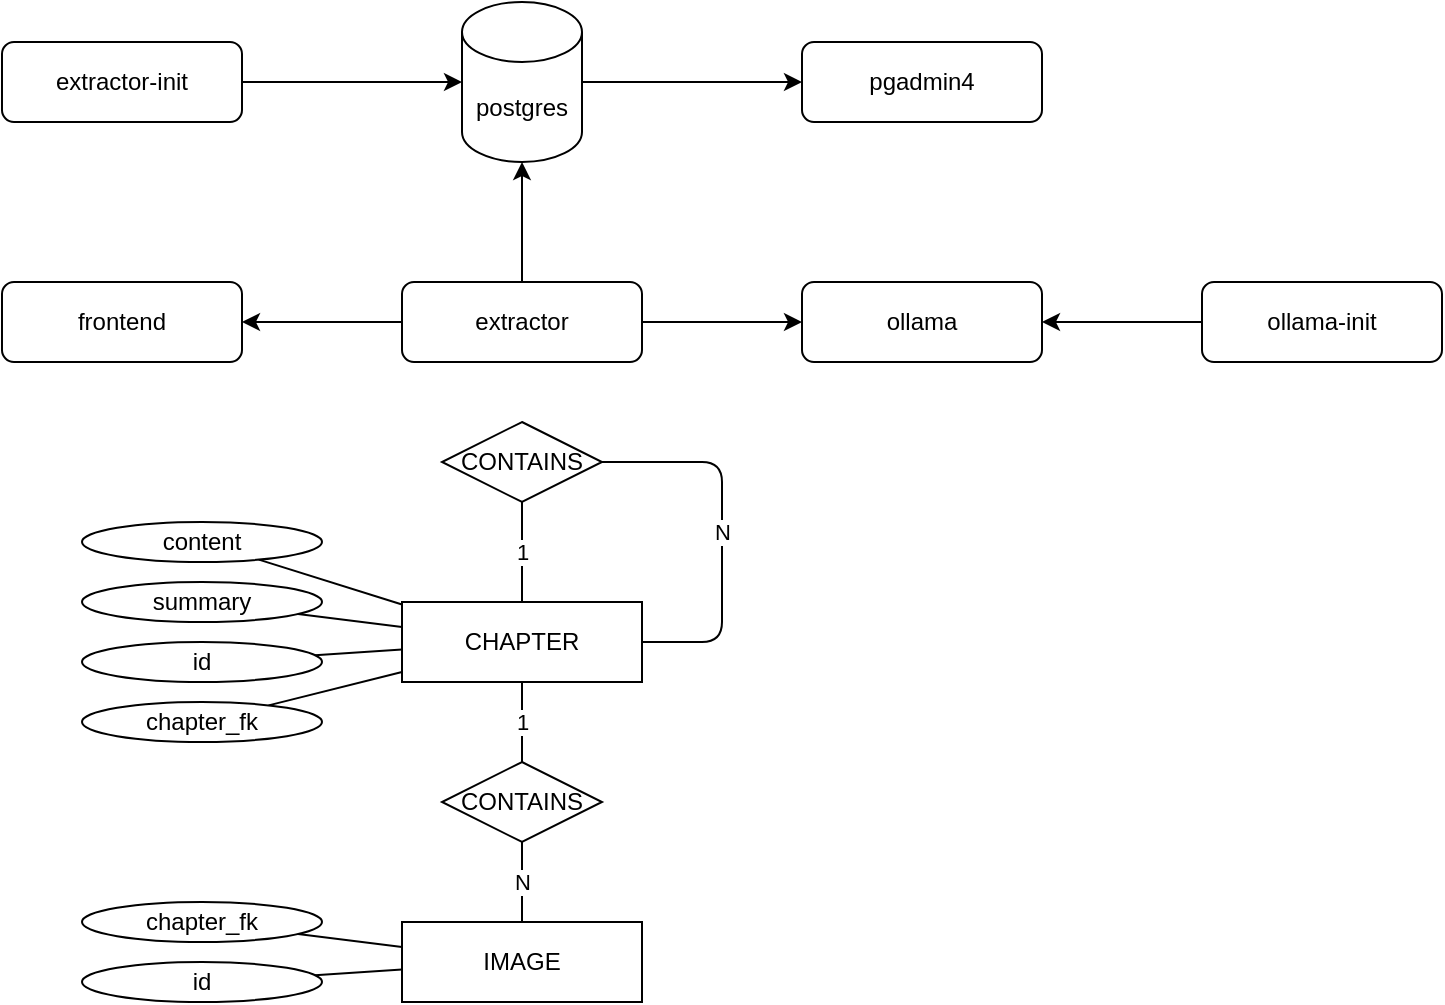
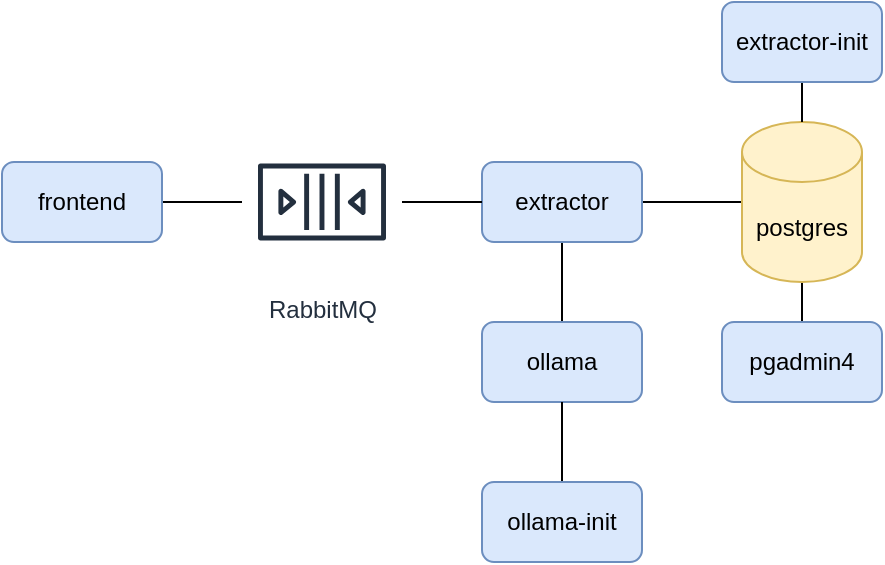
<mxfile host="65bd71144e">
    <diagram id="b4l8AiMKVdJLUvFwLziP" name="Page-1">
-         <mxGraphModel dx="801" dy="434" grid="1" gridSize="10" guides="1" tooltips="1" connect="1" arrows="1" fold="1" page="1" pageScale="1" pageWidth="850" pageHeight="1100" math="0" shadow="0">
+         <mxGraphModel dx="597" dy="561" grid="1" gridSize="10" guides="0" tooltips="1" connect="1" arrows="1" fold="1" page="1" pageScale="1" pageWidth="850" pageHeight="1100" math="0" shadow="0">
            <root>
                <mxCell id="0"/>
                <mxCell id="1" parent="0"/>
-                 <mxCell id="4" style="edgeStyle=none;html=1;entryX=0;entryY=0.5;entryDx=0;entryDy=0;" parent="1" source="2" target="3" edge="1">
+                 <mxCell id="4" style="edgeStyle=none;html=1;endArrow=none;endFill=0;" parent="1" source="2" target="3" edge="1">
                    <mxGeometry relative="1" as="geometry"/>
                </mxCell>
-                 <mxCell id="6" style="edgeStyle=none;html=1;" parent="1" source="2" target="5" edge="1">
+                 <mxCell id="6" style="edgeStyle=none;html=1;endArrow=none;endFill=0;" parent="1" source="2" target="5" edge="1">
                    <mxGeometry relative="1" as="geometry"/>
                </mxCell>
-                 <mxCell id="31" value="" style="edgeStyle=none;html=1;" edge="1" parent="1" source="2" target="30">
+                 <mxCell id="31" value="" style="edgeStyle=none;html=1;endArrow=none;endFill=0;" parent="1" source="37" target="30" edge="1">
                    <mxGeometry relative="1" as="geometry"/>
                </mxCell>
-                 <mxCell id="2" value="extractor" style="rounded=1;whiteSpace=wrap;html=1;" parent="1" vertex="1">
-                     <mxGeometry x="240" y="200" width="120" height="40" as="geometry"/>
+                 <mxCell id="2" value="extractor" style="rounded=1;whiteSpace=wrap;html=1;fillColor=#dae8fc;strokeColor=#6c8ebf;" parent="1" vertex="1">
+                     <mxGeometry x="240" y="200" width="80" height="40" as="geometry"/>
                </mxCell>
-                 <mxCell id="3" value="ollama" style="rounded=1;whiteSpace=wrap;html=1;" parent="1" vertex="1">
-                     <mxGeometry x="440" y="200" width="120" height="40" as="geometry"/>
+                 <mxCell id="3" value="ollama" style="rounded=1;whiteSpace=wrap;html=1;fillColor=#dae8fc;strokeColor=#6c8ebf;" parent="1" vertex="1">
+                     <mxGeometry x="240" y="280" width="80" height="40" as="geometry"/>
                </mxCell>
-                 <mxCell id="8" style="edgeStyle=none;html=1;" parent="1" source="5" target="7" edge="1">
+                 <mxCell id="8" style="edgeStyle=none;html=1;endArrow=none;endFill=0;" parent="1" source="5" target="7" edge="1">
                    <mxGeometry relative="1" as="geometry"/>
                </mxCell>
-                 <mxCell id="5" value="postgres" style="shape=cylinder3;whiteSpace=wrap;html=1;boundedLbl=1;backgroundOutline=1;size=15;" parent="1" vertex="1">
-                     <mxGeometry x="270" y="60" width="60" height="80" as="geometry"/>
+                 <mxCell id="5" value="postgres" style="shape=cylinder3;whiteSpace=wrap;html=1;boundedLbl=1;backgroundOutline=1;size=15;fillColor=#fff2cc;strokeColor=#d6b656;" parent="1" vertex="1">
+                     <mxGeometry x="370" y="180" width="60" height="80" as="geometry"/>
                </mxCell>
-                 <mxCell id="7" value="pgadmin4" style="rounded=1;whiteSpace=wrap;html=1;" parent="1" vertex="1">
-                     <mxGeometry x="440" y="80" width="120" height="40" as="geometry"/>
+                 <mxCell id="7" value="pgadmin4" style="rounded=1;whiteSpace=wrap;html=1;fillColor=#dae8fc;strokeColor=#6c8ebf;" parent="1" vertex="1">
+                     <mxGeometry x="360" y="280" width="80" height="40" as="geometry"/>
                </mxCell>
-                 <mxCell id="16" value="1" style="edgeStyle=none;html=1;endArrow=none;endFill=0;" parent="1" source="9" target="10" edge="1">
+                 <mxCell id="30" value="frontend" style="rounded=1;whiteSpace=wrap;html=1;fillColor=#dae8fc;strokeColor=#6c8ebf;" parent="1" vertex="1">
+                     <mxGeometry y="200" width="80" height="40" as="geometry"/>
+                 </mxCell>
+                 <mxCell id="33" style="edgeStyle=none;html=1;endArrow=none;endFill=0;" parent="1" source="32" target="5" edge="1">
                    <mxGeometry relative="1" as="geometry"/>
                </mxCell>
-                 <mxCell id="22" value="1" style="edgeStyle=none;html=1;endArrow=none;endFill=0;" parent="1" source="9" target="21" edge="1">
+                 <mxCell id="32" value="extractor-init" style="rounded=1;whiteSpace=wrap;html=1;fillColor=#dae8fc;strokeColor=#6c8ebf;" parent="1" vertex="1">
+                     <mxGeometry x="360" y="120" width="80" height="40" as="geometry"/>
+                 </mxCell>
+                 <mxCell id="35" style="edgeStyle=none;html=1;endArrow=none;endFill=0;" parent="1" source="34" target="3" edge="1">
                    <mxGeometry relative="1" as="geometry"/>
                </mxCell>
-                 <mxCell id="9" value="CHAPTER" style="rounded=0;whiteSpace=wrap;html=1;" parent="1" vertex="1">
-                     <mxGeometry x="240" y="360" width="120" height="40" as="geometry"/>
+                 <mxCell id="34" value="ollama-init" style="rounded=1;whiteSpace=wrap;html=1;fillColor=#dae8fc;strokeColor=#6c8ebf;" parent="1" vertex="1">
+                     <mxGeometry x="240" y="360" width="80" height="40" as="geometry"/>
                </mxCell>
-                 <mxCell id="29" value="N" style="edgeStyle=elbowEdgeStyle;html=1;endArrow=none;endFill=0;" parent="1" source="10" target="9" edge="1">
-                     <mxGeometry relative="1" as="geometry">
-                         <mxPoint x="460" y="350" as="targetPoint"/>
-                         <Array as="points">
-                             <mxPoint x="400" y="340"/>
-                         </Array>
-                     </mxGeometry>
-                 </mxCell>
-                 <mxCell id="10" value="CONTAINS" style="rhombus;whiteSpace=wrap;html=1;" parent="1" vertex="1">
-                     <mxGeometry x="260" y="270" width="80" height="40" as="geometry"/>
-                 </mxCell>
-                 <mxCell id="11" value="IMAGE" style="rounded=0;whiteSpace=wrap;html=1;" parent="1" vertex="1">
-                     <mxGeometry x="240" y="520" width="120" height="40" as="geometry"/>
-                 </mxCell>
-                 <mxCell id="17" style="edgeStyle=none;html=1;endArrow=none;endFill=0;" parent="1" source="12" target="9" edge="1">
+                 <mxCell id="38" style="edgeStyle=none;html=1;endArrow=none;endFill=0;" edge="1" parent="1" source="37" target="2">
                    <mxGeometry relative="1" as="geometry"/>
                </mxCell>
-                 <mxCell id="12" value="content" style="ellipse;whiteSpace=wrap;html=1;" parent="1" vertex="1">
-                     <mxGeometry x="80" y="320" width="120" height="20" as="geometry"/>
-                 </mxCell>
-                 <mxCell id="18" style="edgeStyle=none;html=1;endArrow=none;endFill=0;" parent="1" source="13" target="9" edge="1">
-                     <mxGeometry relative="1" as="geometry"/>
-                 </mxCell>
-                 <mxCell id="13" value="summary&lt;span style=&quot;font-family: monospace; font-size: 0px; text-align: start; text-wrap-mode: nowrap;&quot;&gt;%3CmxGraphModel%3E%3Croot%3E%3CmxCell%20id%3D%220%22%2F%3E%3CmxCell%20id%3D%221%22%20parent%3D%220%22%2F%3E%3CmxCell%20id%3D%222%22%20value%3D%22content%22%20style%3D%22ellipse%3BwhiteSpace%3Dwrap%3Bhtml%3D1%3B%22%20vertex%3D%221%22%20parent%3D%221%22%3E%3CmxGeometry%20x%3D%2280%22%20y%3D%22320%22%20width%3D%22120%22%20height%3D%2220%22%20as%3D%22geometry%22%2F%3E%3C%2FmxCell%3E%3C%2Froot%3E%3C%2FmxGraphModel%3E&lt;/span&gt;&lt;span style=&quot;font-family: monospace; font-size: 0px; text-align: start; text-wrap-mode: nowrap;&quot;&gt;%3CmxGraphModel%3E%3Croot%3E%3CmxCell%20id%3D%220%22%2F%3E%3CmxCell%20id%3D%221%22%20parent%3D%220%22%2F%3E%3CmxCell%20id%3D%222%22%20value%3D%22content%22%20style%3D%22ellipse%3BwhiteSpace%3Dwrap%3Bhtml%3D1%3B%22%20vertex%3D%221%22%20parent%3D%221%22%3E%3CmxGeometry%20x%3D%2280%22%20y%3D%22320%22%20width%3D%22120%22%20height%3D%2220%22%20as%3D%22geometry%22%2F%3E%3C%2FmxCell%3E%3C%2Froot%3E%3C%2FmxGraphModel%3E&lt;/span&gt;" style="ellipse;whiteSpace=wrap;html=1;" parent="1" vertex="1">
-                     <mxGeometry x="80" y="350" width="120" height="20" as="geometry"/>
-                 </mxCell>
-                 <mxCell id="19" style="edgeStyle=none;html=1;endArrow=none;endFill=0;" parent="1" source="14" target="9" edge="1">
-                     <mxGeometry relative="1" as="geometry"/>
-                 </mxCell>
-                 <mxCell id="14" value="id" style="ellipse;whiteSpace=wrap;html=1;" parent="1" vertex="1">
-                     <mxGeometry x="80" y="380" width="120" height="20" as="geometry"/>
-                 </mxCell>
-                 <mxCell id="20" style="edgeStyle=none;html=1;endArrow=none;endFill=0;" parent="1" source="15" target="9" edge="1">
-                     <mxGeometry relative="1" as="geometry"/>
-                 </mxCell>
-                 <mxCell id="15" value="chapter_fk" style="ellipse;whiteSpace=wrap;html=1;" parent="1" vertex="1">
-                     <mxGeometry x="80" y="410" width="120" height="20" as="geometry"/>
-                 </mxCell>
-                 <mxCell id="23" value="N" style="edgeStyle=none;html=1;endArrow=none;endFill=0;" parent="1" source="21" target="11" edge="1">
-                     <mxGeometry relative="1" as="geometry"/>
-                 </mxCell>
-                 <mxCell id="21" value="CONTAINS" style="rhombus;whiteSpace=wrap;html=1;" parent="1" vertex="1">
-                     <mxGeometry x="260" y="440" width="80" height="40" as="geometry"/>
-                 </mxCell>
-                 <mxCell id="27" style="edgeStyle=none;html=1;endArrow=none;endFill=0;" parent="1" source="24" target="11" edge="1">
-                     <mxGeometry relative="1" as="geometry"/>
-                 </mxCell>
-                 <mxCell id="24" value="chapter_fk" style="ellipse;whiteSpace=wrap;html=1;" parent="1" vertex="1">
-                     <mxGeometry x="80" y="510" width="120" height="20" as="geometry"/>
-                 </mxCell>
-                 <mxCell id="26" style="edgeStyle=none;html=1;endArrow=none;endFill=0;" parent="1" source="25" target="11" edge="1">
-                     <mxGeometry relative="1" as="geometry"/>
-                 </mxCell>
-                 <mxCell id="25" value="id" style="ellipse;whiteSpace=wrap;html=1;" parent="1" vertex="1">
-                     <mxGeometry x="80" y="540" width="120" height="20" as="geometry"/>
-                 </mxCell>
-                 <mxCell id="30" value="frontend" style="rounded=1;whiteSpace=wrap;html=1;" vertex="1" parent="1">
-                     <mxGeometry x="40" y="200" width="120" height="40" as="geometry"/>
-                 </mxCell>
-                 <mxCell id="33" style="edgeStyle=none;html=1;" edge="1" parent="1" source="32" target="5">
-                     <mxGeometry relative="1" as="geometry"/>
-                 </mxCell>
-                 <mxCell id="32" value="extractor-init" style="rounded=1;whiteSpace=wrap;html=1;" vertex="1" parent="1">
-                     <mxGeometry x="40" y="80" width="120" height="40" as="geometry"/>
-                 </mxCell>
-                 <mxCell id="35" style="edgeStyle=none;html=1;" edge="1" parent="1" source="34" target="3">
-                     <mxGeometry relative="1" as="geometry"/>
-                 </mxCell>
-                 <mxCell id="34" value="ollama-init" style="rounded=1;whiteSpace=wrap;html=1;" vertex="1" parent="1">
-                     <mxGeometry x="640" y="200" width="120" height="40" as="geometry"/>
+                 <mxCell id="37" value="RabbitMQ" style="sketch=0;outlineConnect=0;fontColor=#232F3E;gradientColor=none;strokeColor=#232F3E;fillColor=#ffffff;dashed=0;verticalLabelPosition=bottom;verticalAlign=top;align=center;html=1;fontSize=12;fontStyle=0;aspect=fixed;shape=mxgraph.aws4.resourceIcon;resIcon=mxgraph.aws4.queue;" vertex="1" parent="1">
+                     <mxGeometry x="120" y="180" width="80" height="80" as="geometry"/>
                </mxCell>
            </root>
        </mxGraphModel>
    </diagram>
</mxfile>